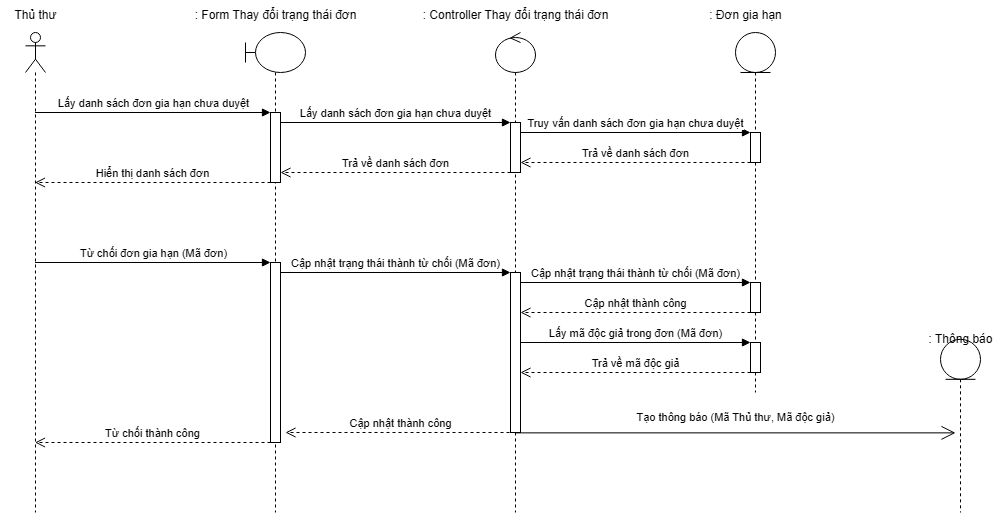
This is Sequence Diagram/UC Gia hạn sách/Actor thủ thư - Từ chối đơn gia hạn.drawio.png from kimcuongdev/LibrarySystemAD, a draw.io export, as it was before one commit. Source tidied: cells renumbered, new cells last; positions are measured from the earlier drawing's top-left corner, leaving out a move shared by most shapes. Source of this version:
```xml
<mxGraphModel>
  <root>
    <mxCell id="0" />
    <mxCell id="1" parent="0" />
    <mxCell id="2" style="shape=umlLifeline;perimeter=lifelinePerimeter;whiteSpace=wrap;html=1;newEdgeStyle={&quot;curved&quot;:0,&quot;rounded&quot;:0};participant=umlActor;" parent="1" vertex="1">
      <mxGeometry x="25" y="32" width="20" height="480" as="geometry" />
    </mxCell>
    <mxCell id="3" style="shape=umlLifeline;perimeter=lifelinePerimeter;whiteSpace=wrap;html=1;newEdgeStyle={&quot;curved&quot;:0,&quot;rounded&quot;:0};participant=umlBoundary;" parent="1" vertex="1">
      <mxGeometry x="245" y="32" width="60" height="480" as="geometry" />
    </mxCell>
    <mxCell id="4" style="html=1;perimeter=orthogonalPerimeter;targetShapes=umlLifeline;newEdgeStyle={&quot;curved&quot;:0,&quot;rounded&quot;:0};" parent="3" vertex="1">
      <mxGeometry x="25" y="80" width="10" height="70" as="geometry" />
    </mxCell>
    <mxCell id="5" style="html=1;perimeter=orthogonalPerimeter;targetShapes=umlLifeline;newEdgeStyle={&quot;curved&quot;:0,&quot;rounded&quot;:0};" parent="3" vertex="1">
      <mxGeometry x="25" y="230" width="10" height="180" as="geometry" />
    </mxCell>
    <mxCell id="6" style="shape=umlLifeline;perimeter=lifelinePerimeter;whiteSpace=wrap;html=1;newEdgeStyle={&quot;curved&quot;:0,&quot;rounded&quot;:0};participant=umlControl;" parent="1" vertex="1">
      <mxGeometry x="495" y="32" width="40" height="480" as="geometry" />
    </mxCell>
    <mxCell id="7" style="html=1;perimeter=orthogonalPerimeter;targetShapes=umlLifeline;newEdgeStyle={&quot;curved&quot;:0,&quot;rounded&quot;:0};" parent="6" vertex="1">
      <mxGeometry x="15" y="90" width="10" height="50" as="geometry" />
    </mxCell>
    <mxCell id="8" style="html=1;perimeter=orthogonalPerimeter;targetShapes=umlLifeline;newEdgeStyle={&quot;curved&quot;:0,&quot;rounded&quot;:0};" parent="6" vertex="1">
      <mxGeometry x="15" y="240" width="10" height="160" as="geometry" />
    </mxCell>
    <mxCell id="9" style="shape=umlLifeline;perimeter=lifelinePerimeter;whiteSpace=wrap;html=1;newEdgeStyle={&quot;curved&quot;:0,&quot;rounded&quot;:0};participant=umlEntity;" parent="1" vertex="1">
      <mxGeometry x="735" y="32" width="40" height="360" as="geometry" />
    </mxCell>
    <mxCell id="10" style="html=1;perimeter=orthogonalPerimeter;targetShapes=umlLifeline;newEdgeStyle={&quot;curved&quot;:0,&quot;rounded&quot;:0};" parent="9" vertex="1">
      <mxGeometry x="15" y="100" width="10" height="30" as="geometry" />
    </mxCell>
    <mxCell id="11" style="html=1;perimeter=orthogonalPerimeter;targetShapes=umlLifeline;newEdgeStyle={&quot;curved&quot;:0,&quot;rounded&quot;:0};" parent="9" vertex="1">
      <mxGeometry x="15" y="250" width="10" height="30" as="geometry" />
    </mxCell>
    <mxCell id="12" style="html=1;perimeter=orthogonalPerimeter;targetShapes=umlLifeline;newEdgeStyle={&quot;curved&quot;:0,&quot;rounded&quot;:0};" parent="9" vertex="1">
      <mxGeometry x="15" y="310" width="10" height="30" as="geometry" />
    </mxCell>
    <mxCell id="13" value="Lấy mã độc giả trong đơn (Mã đơn)" style="html=1;verticalAlign=bottom;endArrow=block;curved=0;rounded=0;entryX=0;entryY=0;entryDx=0;entryDy=5;" parent="9" edge="1">
      <mxGeometry relative="1" as="geometry">
        <mxPoint x="-215" y="310" as="sourcePoint" />
        <mxPoint x="15" y="310" as="targetPoint" />
      </mxGeometry>
    </mxCell>
    <mxCell id="14" value="Trả về mã độc giả" style="html=1;verticalAlign=bottom;endArrow=open;dashed=1;endSize=8;curved=0;rounded=0;exitX=0;exitY=1;exitDx=0;exitDy=-5;" parent="9" edge="1">
      <mxGeometry relative="1" as="geometry">
        <mxPoint x="15" y="340" as="sourcePoint" />
        <mxPoint x="-215" y="340" as="targetPoint" />
      </mxGeometry>
    </mxCell>
    <mxCell id="15" value="Lấy danh sách đơn gia hạn chưa duyệt" style="html=1;verticalAlign=bottom;endArrow=block;curved=0;rounded=0;entryX=0;entryY=0;entryDx=0;entryDy=5;" parent="1" edge="1">
      <mxGeometry relative="1" as="geometry">
        <mxPoint x="34.5" y="112" as="sourcePoint" />
        <mxPoint x="270" y="112" as="targetPoint" />
      </mxGeometry>
    </mxCell>
    <mxCell id="16" value="Hiển thị danh sách đơn" style="html=1;verticalAlign=bottom;endArrow=open;dashed=1;endSize=8;curved=0;rounded=0;exitX=0;exitY=1;exitDx=0;exitDy=-5;" parent="1" edge="1">
      <mxGeometry relative="1" as="geometry">
        <mxPoint x="270" y="182" as="sourcePoint" />
        <mxPoint x="34.5" y="182" as="targetPoint" />
      </mxGeometry>
    </mxCell>
    <mxCell id="17" value="Lấy danh sách đơn gia hạn chưa duyệt" style="html=1;verticalAlign=bottom;endArrow=block;curved=0;rounded=0;entryX=0;entryY=0;entryDx=0;entryDy=5;" parent="1" edge="1">
      <mxGeometry relative="1" as="geometry">
        <mxPoint x="280" y="122" as="sourcePoint" />
        <mxPoint x="510" y="122" as="targetPoint" />
      </mxGeometry>
    </mxCell>
    <mxCell id="18" value="Trả về danh sách đơn" style="html=1;verticalAlign=bottom;endArrow=open;dashed=1;endSize=8;curved=0;rounded=0;exitX=0;exitY=1;exitDx=0;exitDy=-5;" parent="1" edge="1">
      <mxGeometry relative="1" as="geometry">
        <mxPoint x="510" y="172" as="sourcePoint" />
        <mxPoint x="280" y="172" as="targetPoint" />
      </mxGeometry>
    </mxCell>
    <mxCell id="19" value="Truy vấn danh sách đơn gia hạn chưa duyệt" style="html=1;verticalAlign=bottom;endArrow=block;curved=0;rounded=0;entryX=0;entryY=0;entryDx=0;entryDy=5;" parent="1" edge="1">
      <mxGeometry relative="1" as="geometry">
        <mxPoint x="520" y="132" as="sourcePoint" />
        <mxPoint x="750" y="132" as="targetPoint" />
      </mxGeometry>
    </mxCell>
    <mxCell id="20" value="Trả về danh sách đơn" style="html=1;verticalAlign=bottom;endArrow=open;dashed=1;endSize=8;curved=0;rounded=0;exitX=0;exitY=1;exitDx=0;exitDy=-5;" parent="1" edge="1">
      <mxGeometry relative="1" as="geometry">
        <mxPoint x="750" y="162" as="sourcePoint" />
        <mxPoint x="520" y="162" as="targetPoint" />
      </mxGeometry>
    </mxCell>
    <mxCell id="21" value="Từ chối đơn gia hạn (Mã đơn)" style="html=1;verticalAlign=bottom;endArrow=block;curved=0;rounded=0;entryX=0;entryY=0;entryDx=0;entryDy=5;" parent="1" edge="1">
      <mxGeometry relative="1" as="geometry">
        <mxPoint x="34.5" y="262" as="sourcePoint" />
        <mxPoint x="270" y="262" as="targetPoint" />
      </mxGeometry>
    </mxCell>
    <mxCell id="22" value="Từ chối thành công" style="html=1;verticalAlign=bottom;endArrow=open;dashed=1;endSize=8;curved=0;rounded=0;exitX=0;exitY=1;exitDx=0;exitDy=-5;" parent="1" edge="1">
      <mxGeometry relative="1" as="geometry">
        <mxPoint x="270" y="442" as="sourcePoint" />
        <mxPoint x="34.5" y="442" as="targetPoint" />
      </mxGeometry>
    </mxCell>
    <mxCell id="23" value="Cập nhật trạng thái thành từ chối (Mã đơn)" style="html=1;verticalAlign=bottom;endArrow=block;curved=0;rounded=0;entryX=0;entryY=0;entryDx=0;entryDy=5;" parent="1" edge="1">
      <mxGeometry relative="1" as="geometry">
        <mxPoint x="280" y="272" as="sourcePoint" />
        <mxPoint x="510" y="272" as="targetPoint" />
      </mxGeometry>
    </mxCell>
    <mxCell id="24" value="Cập nhật thành công" style="html=1;verticalAlign=bottom;endArrow=open;dashed=1;endSize=8;curved=0;rounded=0;exitX=0;exitY=1;exitDx=0;exitDy=-5;" parent="1" edge="1">
      <mxGeometry relative="1" as="geometry">
        <mxPoint x="515" y="432" as="sourcePoint" />
        <mxPoint x="285" y="432" as="targetPoint" />
      </mxGeometry>
    </mxCell>
    <mxCell id="25" value="Cập nhật trạng thái thành từ chối (Mã đơn)" style="html=1;verticalAlign=bottom;endArrow=block;curved=0;rounded=0;entryX=0;entryY=0;entryDx=0;entryDy=5;" parent="1" edge="1">
      <mxGeometry relative="1" as="geometry">
        <mxPoint x="520" y="282" as="sourcePoint" />
        <mxPoint x="750" y="282" as="targetPoint" />
      </mxGeometry>
    </mxCell>
    <mxCell id="26" value="Cập nhật thành công" style="html=1;verticalAlign=bottom;endArrow=open;dashed=1;endSize=8;curved=0;rounded=0;" parent="1" edge="1">
      <mxGeometry relative="1" as="geometry">
        <mxPoint x="750" y="312" as="sourcePoint" />
        <mxPoint x="520" y="312" as="targetPoint" />
      </mxGeometry>
    </mxCell>
    <mxCell id="27" value="Thủ thư" style="text;html=1;align=center;verticalAlign=middle;strokeColor=none;fillColor=none;" parent="1" vertex="1">
      <mxGeometry width="70" height="30" as="geometry" />
    </mxCell>
    <mxCell id="28" value=": Form Thay đổi trạng thái đơn" style="text;html=1;align=center;verticalAlign=middle;strokeColor=none;fillColor=none;" parent="1" vertex="1">
      <mxGeometry x="180" width="190" height="30" as="geometry" />
    </mxCell>
    <mxCell id="29" value=": Controller Thay đổi trạng thái đơn" style="text;html=1;align=center;verticalAlign=middle;strokeColor=none;fillColor=none;" parent="1" vertex="1">
      <mxGeometry x="410" width="210" height="30" as="geometry" />
    </mxCell>
    <mxCell id="30" value=": Đơn gia hạn" style="text;html=1;align=center;verticalAlign=middle;strokeColor=none;fillColor=none;" parent="1" vertex="1">
      <mxGeometry x="695" width="100" height="30" as="geometry" />
    </mxCell>
    <mxCell id="31" style="group;" parent="1" vertex="1">
      <mxGeometry x="925" y="332" width="80" height="180" as="geometry" />
    </mxCell>
    <mxCell id="32" style="shape=umlLifeline;perimeter=lifelinePerimeter;whiteSpace=wrap;html=1;newEdgeStyle={&quot;curved&quot;:0,&quot;rounded&quot;:0};participant=umlEntity;" parent="31" vertex="1">
      <mxGeometry x="15" y="6.8" width="40" height="173.2" as="geometry" />
    </mxCell>
    <mxCell id="33" value=": Thông báo" style="text;html=1;align=center;verticalAlign=middle;strokeColor=none;fillColor=none;" parent="31" vertex="1">
      <mxGeometry x="-10" y="-7.7" width="90" height="30" as="geometry" />
    </mxCell>
    <mxCell id="34" style="group;" parent="1" vertex="1">
      <mxGeometry x="515" y="402" width="440" height="30.4" as="geometry" />
    </mxCell>
    <mxCell id="35" style="endArrow=open;endFill=1;endSize=12;html=1;rounded=0;" parent="34" edge="1">
      <mxGeometry relative="1" as="geometry">
        <mxPoint y="30.4" as="sourcePoint" />
        <mxPoint x="440" y="30.4" as="targetPoint" />
      </mxGeometry>
    </mxCell>
    <mxCell id="36" value="&lt;font style=&quot;font-size: 11px;&quot;&gt;Tạo thông báo (Mã Thủ thư, Mã độc giả)&lt;/font&gt;" style="text;html=1;align=center;verticalAlign=middle;strokeColor=none;fillColor=none;" parent="34" vertex="1">
      <mxGeometry x="110" width="220" height="30" as="geometry" />
    </mxCell>
  </root>
</mxGraphModel>
```
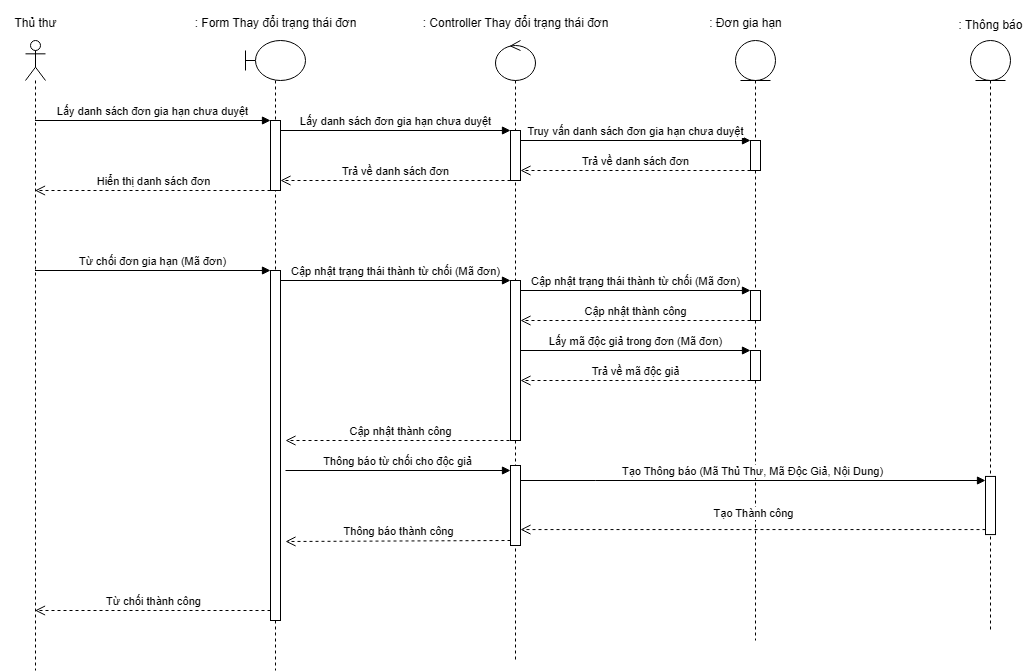
The same file after the commit.

The edit, as a diff of the source:
```diff
@@ -3,19 +3,19 @@
     <mxCell id="0" />
     <mxCell id="1" parent="0" />
     <mxCell id="2" style="shape=umlLifeline;perimeter=lifelinePerimeter;whiteSpace=wrap;html=1;newEdgeStyle={&quot;curved&quot;:0,&quot;rounded&quot;:0};participant=umlActor;" parent="1" vertex="1">
-      <mxGeometry x="25" y="32" width="20" height="480" as="geometry" />
+      <mxGeometry x="25" y="32" width="20" height="630" as="geometry" />
     </mxCell>
     <mxCell id="3" style="shape=umlLifeline;perimeter=lifelinePerimeter;whiteSpace=wrap;html=1;newEdgeStyle={&quot;curved&quot;:0,&quot;rounded&quot;:0};participant=umlBoundary;" parent="1" vertex="1">
-      <mxGeometry x="245" y="32" width="60" height="480" as="geometry" />
+      <mxGeometry x="245" y="32" width="60" height="630" as="geometry" />
     </mxCell>
     <mxCell id="4" style="html=1;perimeter=orthogonalPerimeter;targetShapes=umlLifeline;newEdgeStyle={&quot;curved&quot;:0,&quot;rounded&quot;:0};" parent="3" vertex="1">
       <mxGeometry x="25" y="80" width="10" height="70" as="geometry" />
     </mxCell>
     <mxCell id="5" style="html=1;perimeter=orthogonalPerimeter;targetShapes=umlLifeline;newEdgeStyle={&quot;curved&quot;:0,&quot;rounded&quot;:0};" parent="3" vertex="1">
-      <mxGeometry x="25" y="230" width="10" height="180" as="geometry" />
+      <mxGeometry x="25" y="230" width="10" height="350" as="geometry" />
     </mxCell>
     <mxCell id="6" style="shape=umlLifeline;perimeter=lifelinePerimeter;whiteSpace=wrap;html=1;newEdgeStyle={&quot;curved&quot;:0,&quot;rounded&quot;:0};participant=umlControl;" parent="1" vertex="1">
-      <mxGeometry x="495" y="32" width="40" height="480" as="geometry" />
+      <mxGeometry x="495" y="32" width="40" height="620" as="geometry" />
     </mxCell>
     <mxCell id="7" style="html=1;perimeter=orthogonalPerimeter;targetShapes=umlLifeline;newEdgeStyle={&quot;curved&quot;:0,&quot;rounded&quot;:0};" parent="6" vertex="1">
       <mxGeometry x="15" y="90" width="10" height="50" as="geometry" />
@@ -23,8 +23,11 @@
     <mxCell id="8" style="html=1;perimeter=orthogonalPerimeter;targetShapes=umlLifeline;newEdgeStyle={&quot;curved&quot;:0,&quot;rounded&quot;:0};" parent="6" vertex="1">
       <mxGeometry x="15" y="240" width="10" height="160" as="geometry" />
     </mxCell>
+    <mxCell id="37" style="html=1;points=[[0,0,0,0,5],[0,1,0,0,-5],[1,0,0,0,5],[1,1,0,0,-5]];perimeter=orthogonalPerimeter;outlineConnect=0;targetShapes=umlLifeline;portConstraint=eastwest;newEdgeStyle={&quot;curved&quot;:0,&quot;rounded&quot;:0};" parent="6" vertex="1">
+      <mxGeometry x="15" y="425" width="10" height="80" as="geometry" />
+    </mxCell>
     <mxCell id="9" style="shape=umlLifeline;perimeter=lifelinePerimeter;whiteSpace=wrap;html=1;newEdgeStyle={&quot;curved&quot;:0,&quot;rounded&quot;:0};participant=umlEntity;" parent="1" vertex="1">
-      <mxGeometry x="735" y="32" width="40" height="360" as="geometry" />
+      <mxGeometry x="735" y="32" width="40" height="600" as="geometry" />
     </mxCell>
     <mxCell id="10" style="html=1;perimeter=orthogonalPerimeter;targetShapes=umlLifeline;newEdgeStyle={&quot;curved&quot;:0,&quot;rounded&quot;:0};" parent="9" vertex="1">
       <mxGeometry x="15" y="100" width="10" height="30" as="geometry" />
@@ -91,8 +94,8 @@
     </mxCell>
     <mxCell id="22" value="Từ chối thành công" style="html=1;verticalAlign=bottom;endArrow=open;dashed=1;endSize=8;curved=0;rounded=0;exitX=0;exitY=1;exitDx=0;exitDy=-5;" parent="1" edge="1">
       <mxGeometry relative="1" as="geometry">
-        <mxPoint x="270" y="442" as="sourcePoint" />
-        <mxPoint x="34.5" y="442" as="targetPoint" />
+        <mxPoint x="270" y="602" as="sourcePoint" />
+        <mxPoint x="34.5" y="602" as="targetPoint" />
       </mxGeometry>
     </mxCell>
     <mxCell id="23" value="Cập nhật trạng thái thành từ chối (Mã đơn)" style="html=1;verticalAlign=bottom;endArrow=block;curved=0;rounded=0;entryX=0;entryY=0;entryDx=0;entryDy=5;" parent="1" edge="1">
@@ -131,26 +134,39 @@
     <mxCell id="30" value=": Đơn gia hạn" style="text;html=1;align=center;verticalAlign=middle;strokeColor=none;fillColor=none;" parent="1" vertex="1">
       <mxGeometry x="695" width="100" height="30" as="geometry" />
     </mxCell>
-    <mxCell id="31" style="group;" parent="1" vertex="1">
-      <mxGeometry x="925" y="332" width="80" height="180" as="geometry" />
-    </mxCell>
-    <mxCell id="32" style="shape=umlLifeline;perimeter=lifelinePerimeter;whiteSpace=wrap;html=1;newEdgeStyle={&quot;curved&quot;:0,&quot;rounded&quot;:0};participant=umlEntity;" parent="31" vertex="1">
-      <mxGeometry x="15" y="6.8" width="40" height="173.2" as="geometry" />
-    </mxCell>
+    <mxCell id="38" style="group;" parent="1" vertex="1">
+      <mxGeometry x="955" y="-8" width="80" height="630" as="geometry" />
+    </mxCell>
+    <mxCell id="39" style="shape=umlLifeline;perimeter=lifelinePerimeter;whiteSpace=wrap;html=1;newEdgeStyle={&quot;curved&quot;:0,&quot;rounded&quot;:0};participant=umlEntity;" parent="38" vertex="1">
+      <mxGeometry x="15" y="40" width="40" height="590" as="geometry" />
+    </mxCell>
-    <mxCell id="33" value=": Thông báo" style="text;html=1;align=center;verticalAlign=middle;strokeColor=none;fillColor=none;" parent="31" vertex="1">
-      <mxGeometry x="-10" y="-7.7" width="90" height="30" as="geometry" />
+    <mxCell id="33" value=": Thông báo" style="text;html=1;align=center;verticalAlign=middle;strokeColor=none;fillColor=none;" parent="38" vertex="1">
+      <mxGeometry x="-10" y="10" width="90" height="30" as="geometry" />
     </mxCell>
-    <mxCell id="34" style="group;" parent="1" vertex="1">
-      <mxGeometry x="515" y="402" width="440" height="30.4" as="geometry" />
-    </mxCell>
-    <mxCell id="35" style="endArrow=open;endFill=1;endSize=12;html=1;rounded=0;" parent="34" edge="1">
-      <mxGeometry relative="1" as="geometry">
-        <mxPoint y="30.4" as="sourcePoint" />
-        <mxPoint x="440" y="30.4" as="targetPoint" />
-      </mxGeometry>
-    </mxCell>
-    <mxCell id="36" value="&lt;font style=&quot;font-size: 11px;&quot;&gt;Tạo thông báo (Mã Thủ thư, Mã độc giả)&lt;/font&gt;" style="text;html=1;align=center;verticalAlign=middle;strokeColor=none;fillColor=none;" parent="34" vertex="1">
-      <mxGeometry x="110" width="220" height="30" as="geometry" />
-    </mxCell>
+    <mxCell id="40" style="html=1;points=[[0,0,0,0,5],[0,1,0,0,-5],[1,0,0,0,5],[1,1,0,0,-5]];perimeter=orthogonalPerimeter;outlineConnect=0;targetShapes=umlLifeline;portConstraint=eastwest;newEdgeStyle={&quot;curved&quot;:0,&quot;rounded&quot;:0};" parent="38" vertex="1">
+      <mxGeometry x="30" y="475.9" width="10" height="58.1" as="geometry" />
+    </mxCell>
+    <mxCell id="41" value="Tạo Thông báo (Mã Thủ Thư, Mã Độc Giả, Nội Dung)" style="html=1;verticalAlign=bottom;endArrow=block;curved=0;rounded=0;" parent="1" edge="1">
+      <mxGeometry relative="1" as="geometry">
+        <mxPoint x="520.2" y="472" as="sourcePoint" />
+        <mxPoint x="985" y="472" as="targetPoint" />
+        <Array as="points">
+          <mxPoint x="595.2" y="472" />
+        </Array>
+      </mxGeometry>
+    </mxCell>
+    <mxCell id="42" value="Tạo Thành công" style="html=1;verticalAlign=bottom;endArrow=open;dashed=1;endSize=8;curved=0;rounded=0;exitX=0;exitY=1;exitDx=0;exitDy=-5;" parent="1" edge="1" source="40" target="37">
+      <mxGeometry y="-7" relative="1" as="geometry" />
+    </mxCell>
+    <mxCell id="43" value="Thông báo thành công" style="html=1;verticalAlign=bottom;endArrow=open;dashed=1;endSize=8;curved=0;rounded=0;exitX=0;exitY=1;exitDx=0;exitDy=-5;" parent="1" edge="1" source="37">
+      <mxGeometry relative="1" as="geometry">
+        <mxPoint x="285" y="533" as="targetPoint" />
+      </mxGeometry>
+    </mxCell>
+    <mxCell id="44" value="Thông báo từ chối cho độc giả" style="html=1;verticalAlign=bottom;endArrow=block;curved=0;rounded=0;entryX=0;entryY=0;entryDx=0;entryDy=5;" parent="1" edge="1" target="37">
+      <mxGeometry relative="1" as="geometry">
+        <mxPoint x="285" y="462" as="sourcePoint" />
+      </mxGeometry>
+    </mxCell>
   </root>
 </mxGraphModel>
```
